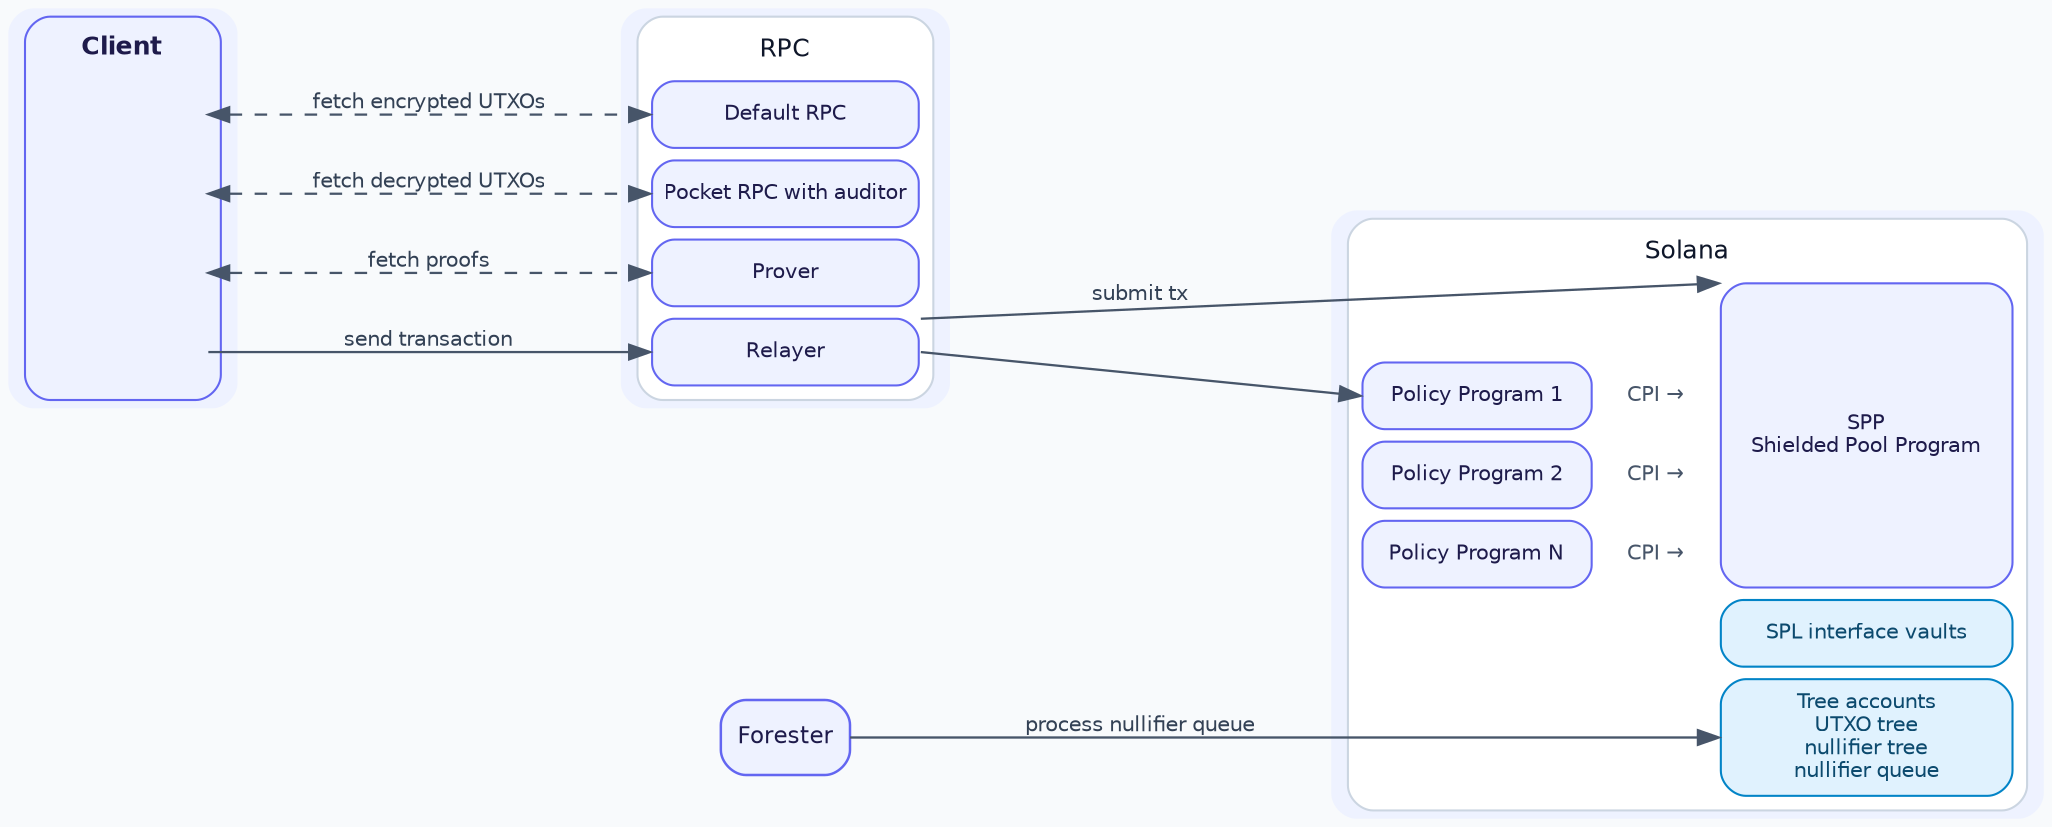
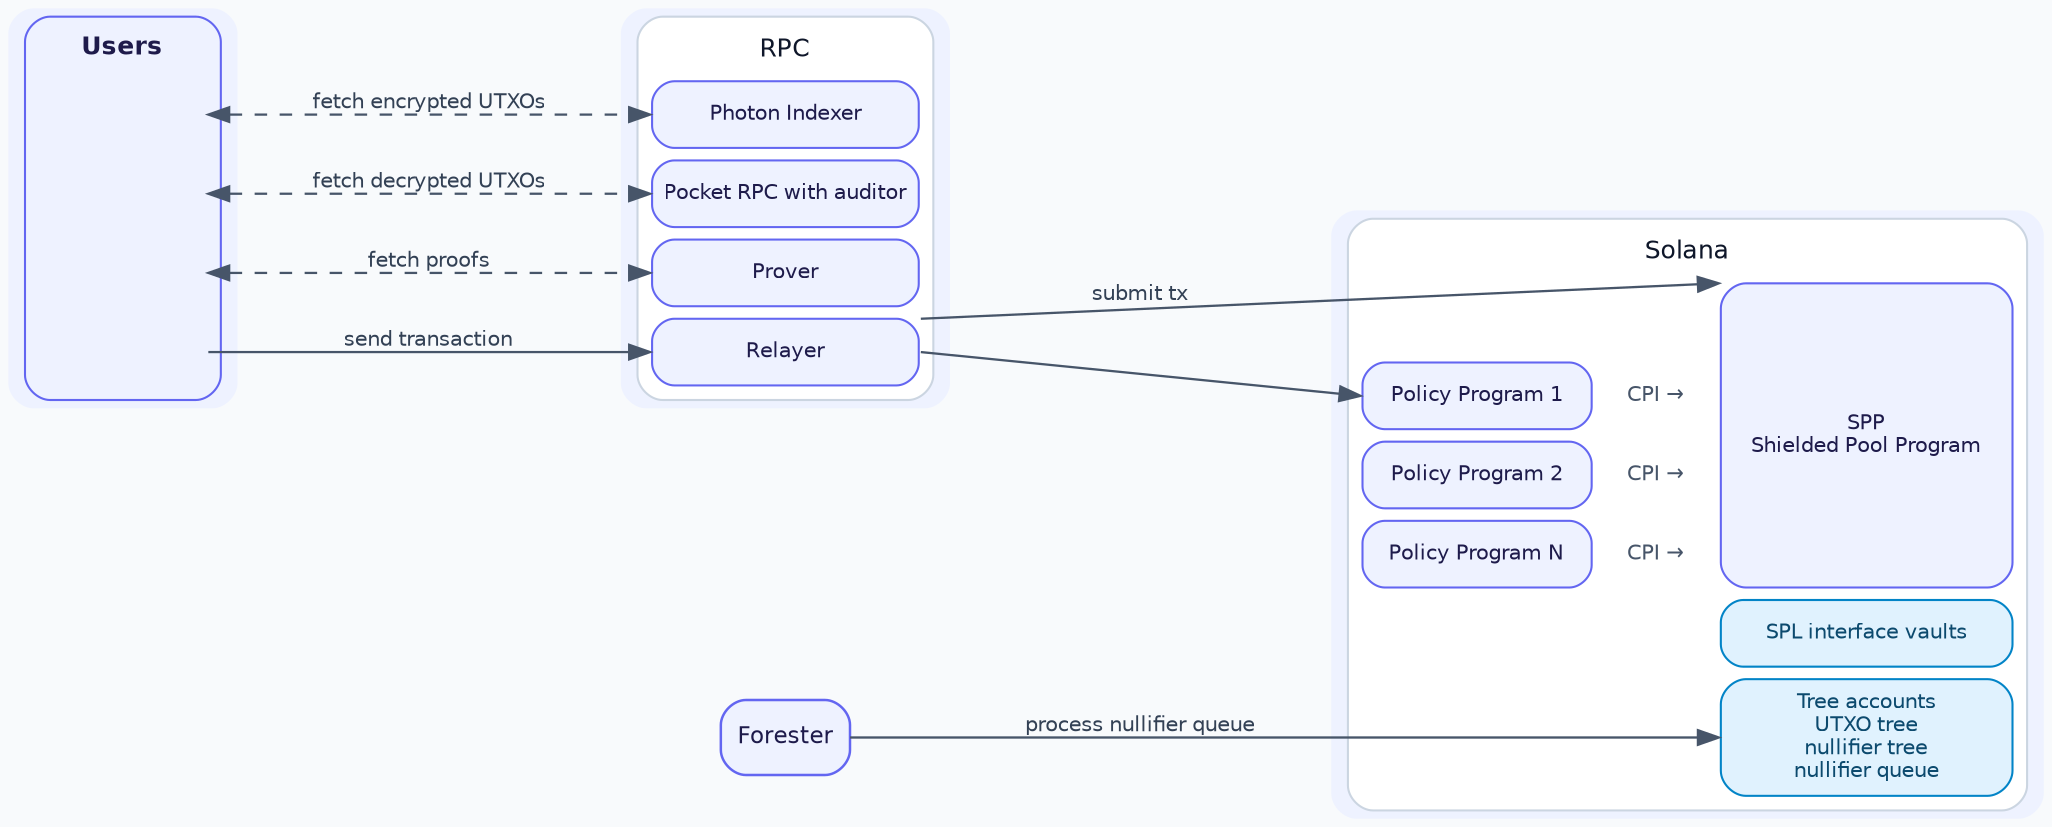
// Architecture diagram for docs/spec.md.
// Regenerate with `just render-diagrams` or:
//     dot -Tpng -Gdpi=144 docs/diagrams/architecture.dot -o docs/diagrams/architecture.png
//     dot -Tsvg          docs/diagrams/architecture.dot -o docs/diagrams/architecture.svg
//
// Client and RPC are both HTML-label tables with matching row heights so
// the cross arrows between corresponding ports are horizontal.
digraph G {
    compound=true;
    rankdir=LR;
    nodesep=0.3;
    ranksep=1.0;
    splines=line;
    bgcolor="#F8FAFC";
    node [shape=box, style="rounded,filled", fillcolor="#EEF2FF", color="#6366F1", fontcolor="#1E1B4B", fontname="Helvetica", fontsize=11, penwidth=1.2];
    edge [color="#475569", fontcolor="#334155", fontname="Helvetica", fontsize=10, penwidth=1.1];

    Client [shape=plaintext, label=<
        <TABLE BORDER="1" CELLBORDER="0" CELLSPACING="6" CELLPADDING="0" BGCOLOR="#EEF2FF" COLOR="#6366F1" STYLE="ROUNDED">
-             <TR><TD HEIGHT="18" WIDTH="80"><FONT COLOR="#1E1B4B" POINT-SIZE="12"><B>Client</B></FONT></TD></TR>
+             <TR><TD HEIGHT="18" WIDTH="80"><FONT COLOR="#1E1B4B" POINT-SIZE="12"><B>Users</B></FONT></TD></TR>
            <TR><TD PORT="d" HEIGHT="32" WIDTH="80"></TD></TR>
            <TR><TD PORT="p" HEIGHT="32" WIDTH="80"></TD></TR>
            <TR><TD PORT="r" HEIGHT="32" WIDTH="80"></TD></TR>
            <TR><TD PORT="x" HEIGHT="32" WIDTH="80"></TD></TR>
        </TABLE>
    >];

    RPC [shape=plaintext, label=<
        <TABLE BORDER="1" CELLBORDER="0" CELLSPACING="6" CELLPADDING="0" BGCOLOR="#FFFFFF" COLOR="#CBD5E1" STYLE="ROUNDED">
            <TR><TD HEIGHT="18" WIDTH="128"><FONT COLOR="#0F172A" POINT-SIZE="12">RPC</FONT></TD></TR>
-             <TR><TD PORT="d" HEIGHT="32" WIDTH="128" BGCOLOR="#EEF2FF" COLOR="#6366F1" STYLE="ROUNDED" BORDER="1"><FONT COLOR="#1E1B4B" POINT-SIZE="10">Default RPC</FONT></TD></TR>
+             <TR><TD PORT="d" HEIGHT="32" WIDTH="128" BGCOLOR="#EEF2FF" COLOR="#6366F1" STYLE="ROUNDED" BORDER="1"><FONT COLOR="#1E1B4B" POINT-SIZE="10">Photon Indexer</FONT></TD></TR>
            <TR><TD PORT="p" HEIGHT="32" WIDTH="128" BGCOLOR="#EEF2FF" COLOR="#6366F1" STYLE="ROUNDED" BORDER="1"><FONT COLOR="#1E1B4B" POINT-SIZE="10">Pocket RPC with auditor</FONT></TD></TR>
            <TR><TD PORT="r" HEIGHT="32" WIDTH="128" BGCOLOR="#EEF2FF" COLOR="#6366F1" STYLE="ROUNDED" BORDER="1"><FONT COLOR="#1E1B4B" POINT-SIZE="10">Prover</FONT></TD></TR>
            <TR><TD PORT="x" HEIGHT="32" WIDTH="128" BGCOLOR="#EEF2FF" COLOR="#6366F1" STYLE="ROUNDED" BORDER="1"><FONT COLOR="#1E1B4B" POINT-SIZE="10">Relayer</FONT></TD></TR>
        </TABLE>
    >];

    Forester [label="Forester"];

    // Solana is an HTML table. ROWSPAN ties the policy rows to a single SPP
    // cell on the right; the accounts span both columns below SPP.
    Solana [shape=plaintext, label=<
        <TABLE BORDER="1" CELLBORDER="0" CELLSPACING="6" CELLPADDING="0" BGCOLOR="#FFFFFF" COLOR="#CBD5E1" STYLE="ROUNDED">
            <TR><TD COLSPAN="3" HEIGHT="18"><FONT COLOR="#0F172A" POINT-SIZE="12">Solana</FONT></TD></TR>
            <TR>
                <TD PORT="passthru" COLSPAN="2" HEIGHT="32" WIDTH="130" BORDER="0"></TD>
                <TD ROWSPAN="4" PORT="spp" WIDTH="140" BGCOLOR="#EEF2FF" COLOR="#6366F1" STYLE="ROUNDED" BORDER="1"><FONT COLOR="#1E1B4B" POINT-SIZE="10">SPP<BR/>Shielded Pool Program</FONT></TD>
            </TR>
            <TR>
                <TD PORT="policy1" HEIGHT="32" WIDTH="110" BGCOLOR="#EEF2FF" COLOR="#6366F1" STYLE="ROUNDED" BORDER="1"><FONT COLOR="#1E1B4B" POINT-SIZE="10">Policy Program 1</FONT></TD>
                <TD HEIGHT="32" WIDTH="50"><FONT COLOR="#475569" POINT-SIZE="10">CPI &#x2192;</FONT></TD>
            </TR>
            <TR>
                <TD PORT="policy2" HEIGHT="32" WIDTH="110" BGCOLOR="#EEF2FF" COLOR="#6366F1" STYLE="ROUNDED" BORDER="1"><FONT COLOR="#1E1B4B" POINT-SIZE="10">Policy Program 2</FONT></TD>
                <TD HEIGHT="32" WIDTH="50"><FONT COLOR="#475569" POINT-SIZE="10">CPI &#x2192;</FONT></TD>
            </TR>
            <TR>
                <TD PORT="policyN" HEIGHT="32" WIDTH="110" BGCOLOR="#EEF2FF" COLOR="#6366F1" STYLE="ROUNDED" BORDER="1"><FONT COLOR="#1E1B4B" POINT-SIZE="10">Policy Program N</FONT></TD>
                <TD HEIGHT="32" WIDTH="50"><FONT COLOR="#475569" POINT-SIZE="10">CPI &#x2192;</FONT></TD>
            </TR>
            <TR>
                <TD COLSPAN="2" BORDER="0"></TD>
                <TD PORT="vault" HEIGHT="32" WIDTH="140" BGCOLOR="#E0F2FE" COLOR="#0284C7" STYLE="ROUNDED" BORDER="1"><FONT COLOR="#0C4A6E" POINT-SIZE="10">SPL interface vaults</FONT></TD>
            </TR>
            <TR>
                <TD COLSPAN="2" BORDER="0"></TD>
                <TD PORT="tree" HEIGHT="56" WIDTH="140" BGCOLOR="#E0F2FE" COLOR="#0284C7" STYLE="ROUNDED" BORDER="1"><FONT COLOR="#0C4A6E" POINT-SIZE="10">Tree accounts<BR/>UTXO tree<BR/>nullifier tree<BR/>nullifier queue</FONT></TD>
            </TR>
        </TABLE>
    >];

    // Client port -> matching RPC port. Same row heights on both tables
    // give horizontal arrows.
    Client:d:e -> RPC:d:w [dir=both, style=dashed, label="fetch encrypted UTXOs"];
    Client:p:e -> RPC:p:w [dir=both, style=dashed, label="fetch decrypted UTXOs"];
    Client:r:e -> RPC:r:w [dir=both, style=dashed, label="fetch proofs"];
    Client:x:e -> RPC:x:w [label="send transaction"];

    // Relayer can submit a tx directly to SPP (default pocket) or via one
    // of the Policy programs (policy pocket). The direct-to-SPP arrow enters
    // through the empty first-row cell so it doesn't cross any Policy box.
    RPC:x:ne -> Solana:spp:nw   [label="submit tx"];
    RPC:x:e -> Solana:policy1:w;

    // Forester processes the nullifier queue
    Forester -> Solana:tree:w [label="process nullifier queue"];
}
